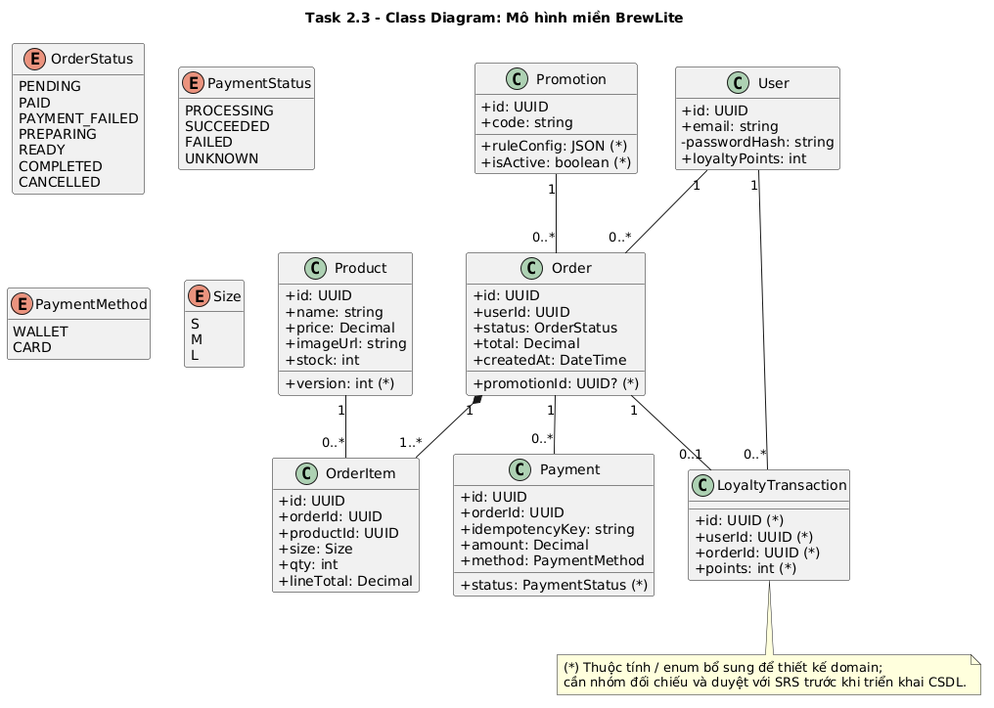
Before: docs/diagrams/class.png, a diagram exported from PlantUML (quang-vu2808/brewlite-assignment2). Its source is kept beside it as docs/diagrams/class.puml.
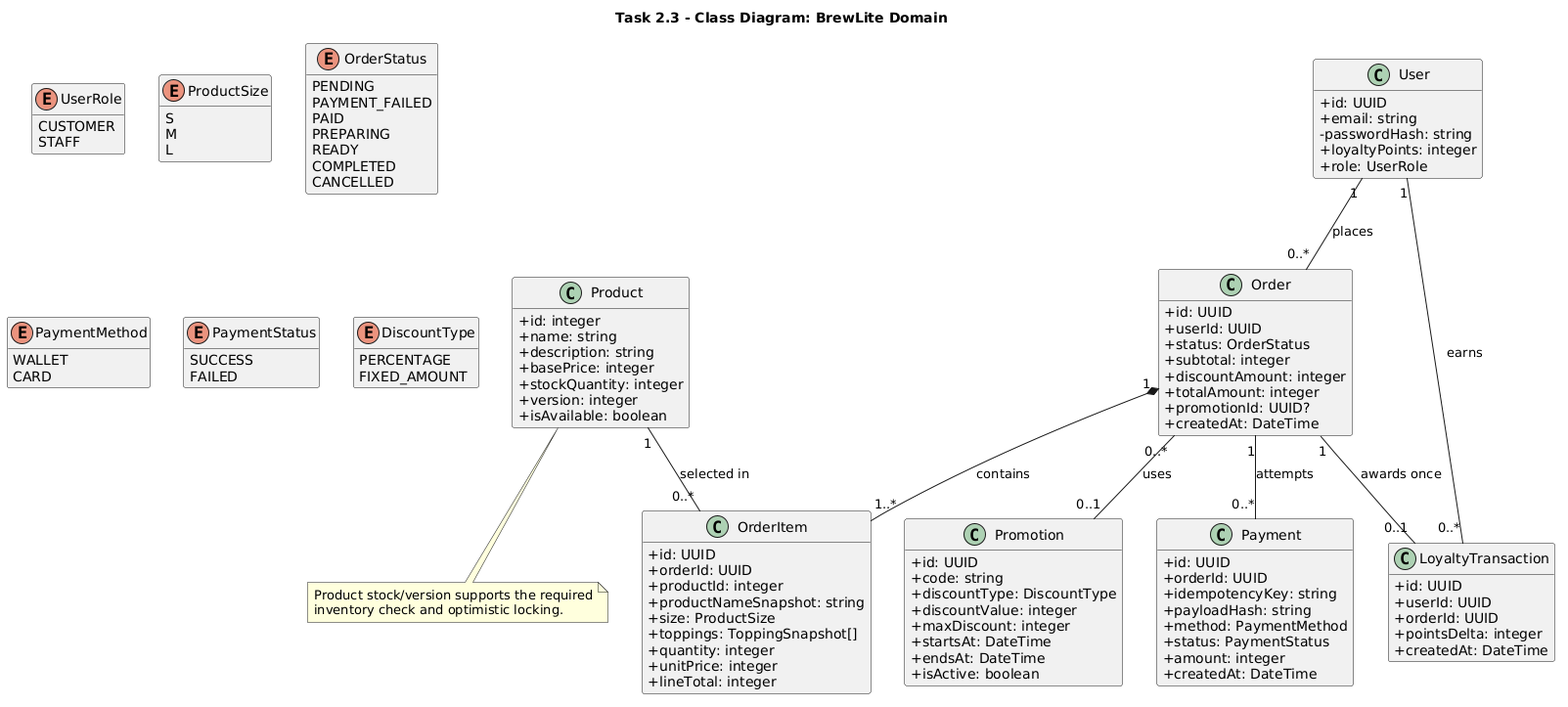
Later version of the same file.

What changed in the source:
```diff
@@ -1,90 +1,113 @@
 @startuml
-title Task 2.3 - Class Diagram: Mô hình miền BrewLite
+title Task 2.3 - Class Diagram: BrewLite Domain
 skinparam classAttributeIconSize 0
 hide empty methods
+skinparam shadowing false
+
 class User {
   +id: UUID
   +email: string
   -passwordHash: string
-  +loyaltyPoints: int
+  +loyaltyPoints: integer
+  +role: UserRole
 }
 class Product {
-  +id: UUID
+  +id: integer
   +name: string
-  +price: Decimal
-  +imageUrl: string
-  +stock: int
-  +version: int (*)
-}
-class Promotion {
-  +id: UUID
-  +code: string
-  +ruleConfig: JSON (*)
-  +isActive: boolean (*)
+  +description: string
+  +basePrice: integer
+  +stockQuantity: integer
+  +version: integer
+  +isAvailable: boolean
 }
 class Order {
   +id: UUID
   +userId: UUID
   +status: OrderStatus
-  +total: Decimal
+  +subtotal: integer
+  +discountAmount: integer
+  +totalAmount: integer
+  +promotionId: UUID?
   +createdAt: DateTime
-  +promotionId: UUID? (*)
 }
 class OrderItem {
   +id: UUID
   +orderId: UUID
-  +productId: UUID
-  +size: Size
-  +qty: int
-  +lineTotal: Decimal
+  +productId: integer
+  +productNameSnapshot: string
+  +size: ProductSize
+  +toppings: ToppingSnapshot[]
+  +quantity: integer
+  +unitPrice: integer
+  +lineTotal: integer
 }
 class Payment {
   +id: UUID
   +orderId: UUID
   +idempotencyKey: string
-  +amount: Decimal
+  +payloadHash: string
   +method: PaymentMethod
-  +status: PaymentStatus (*)
+  +status: PaymentStatus
+  +amount: integer
+  +createdAt: DateTime
+}
+class Promotion {
+  +id: UUID
+  +code: string
+  +discountType: DiscountType
+  +discountValue: integer
+  +maxDiscount: integer
+  +startsAt: DateTime
+  +endsAt: DateTime
+  +isActive: boolean
 }
 class LoyaltyTransaction {
-  +id: UUID (*)
-  +userId: UUID (*)
-  +orderId: UUID (*)
-  +points: int (*)
+  +id: UUID
+  +userId: UUID
+  +orderId: UUID
+  +pointsDelta: integer
+  +createdAt: DateTime
+}
+enum UserRole {
+  CUSTOMER
+  STAFF
+}
+enum ProductSize {
+  S
+  M
+  L
 }
 enum OrderStatus {
- PENDING
- PAID
- PAYMENT_FAILED
- PREPARING
- READY
- COMPLETED
- CANCELLED
+  PENDING
+  PAYMENT_FAILED
+  PAID
+  PREPARING
+  READY
+  COMPLETED
+  CANCELLED
+}
+enum PaymentMethod {
+  WALLET
+  CARD
 }
 enum PaymentStatus {
- PROCESSING
- SUCCEEDED
- FAILED
- UNKNOWN
+  SUCCESS
+  FAILED
 }
-enum PaymentMethod {
- WALLET
- CARD
+enum DiscountType {
+  PERCENTAGE
+  FIXED_AMOUNT
 }
-enum Size {
- S
- M
- L
-}
-User "1" -- "0..*" Order
-User "1" -- "0..*" LoyaltyTransaction
-Order "1" *-- "1..*" OrderItem
-Product "1" -- "0..*" OrderItem
-Promotion "1" -- "0..*" Order
-Order "1" -- "0..*" Payment
-Order "1" -- "0..1" LoyaltyTransaction
-note bottom of LoyaltyTransaction
- (*) Thuộc tính / enum bổ sung để thiết kế domain;
- cần nhóm đối chiếu và duyệt với SRS trước khi triển khai CSDL.
+
+User "1" -- "0..*" Order : places
+Order "1" *-- "1..*" OrderItem : contains
+Product "1" -- "0..*" OrderItem : selected in
+Order "1" -- "0..*" Payment : attempts
+Order "0..*" -- "0..1" Promotion : uses
+User "1" -- "0..*" LoyaltyTransaction : earns
+Order "1" -- "0..1" LoyaltyTransaction : awards once
+note bottom of Product
+Product stock/version supports the required
+inventory check and optimistic locking.
 end note
 @enduml
```
